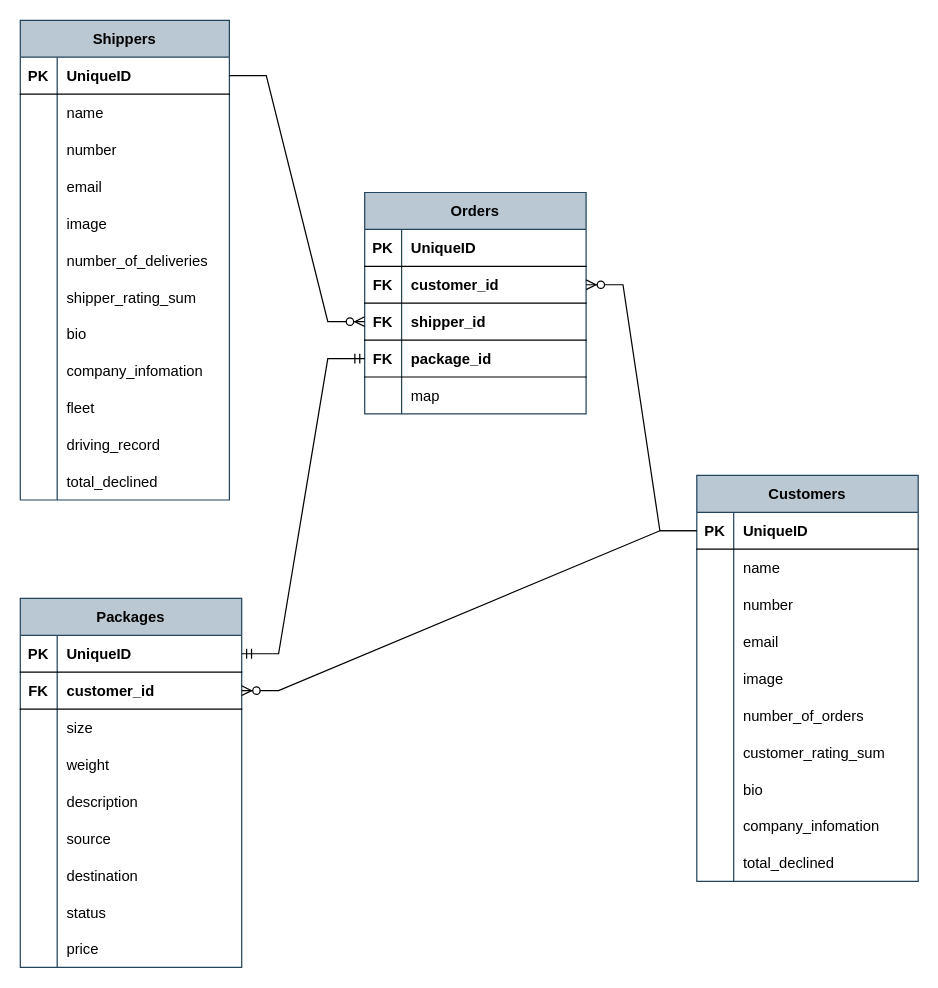
nforne/safe2ship keeps this draw.io diagram as docs/safe2shipERD.drawio. Above is the earlier version. Source tidied: cells renumbered, new cells numbered last; positions are measured from the earlier drawing's top-left corner, leaving out a move shared by most shapes. Both pictures are drawn from the tidied source at 123%, with x=0, y=0 at pixel (20, 20).
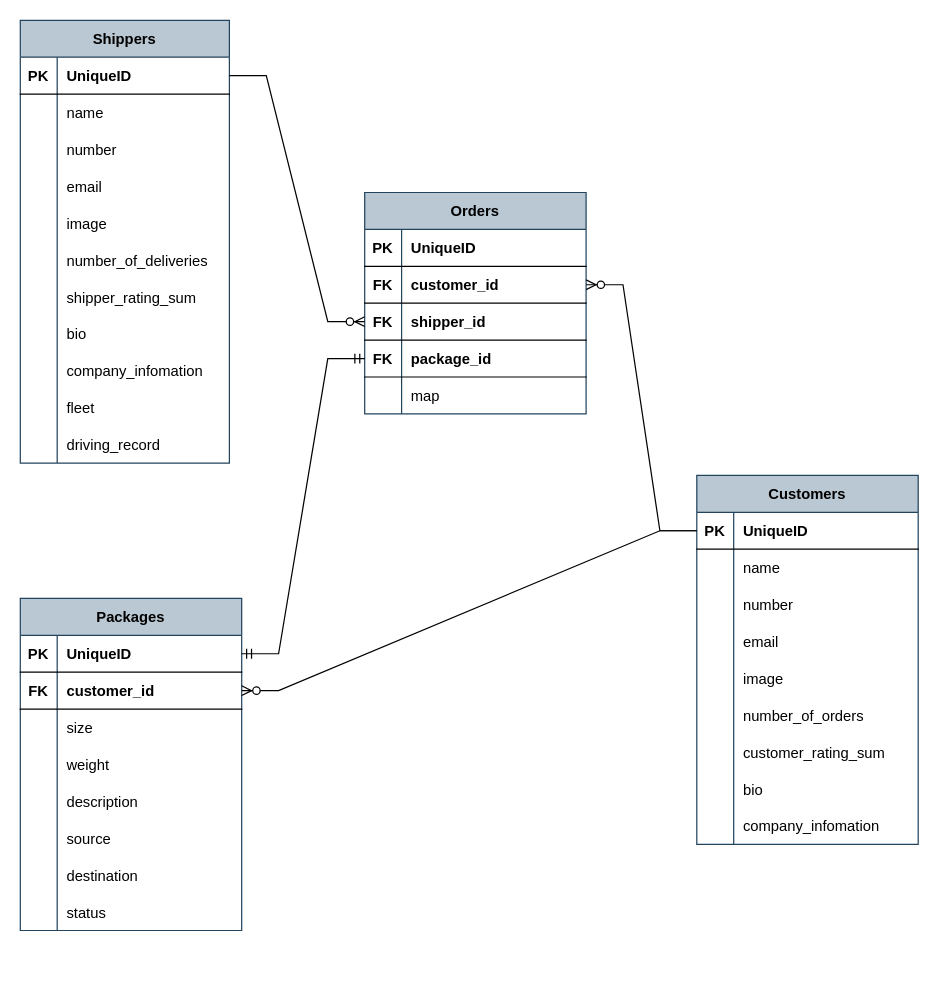
The same diagram, later.

Commit message (it also covers changes not shown here):
updated wireframe Views and ERD with more details

Change to the diagram source:
```diff
@@
     <mxCell id="2" value="Shippers" style="shape=table;startSize=30;childLayout=tableLayout;rowLines=0;fontStyle=1;align=center;fillColor=#bac8d3;strokeColor=#23445d;" parent="1" vertex="1">
-      <mxGeometry width="170" height="390" as="geometry" />
+      <mxGeometry width="170" height="360" as="geometry" />
     </mxCell>
@@
-    <mxCell id="36" style="shape=partialRectangle;fillColor=none;top=0;left=0;bottom=0;right=0;" parent="2" vertex="1">
-      <mxGeometry y="360" width="170" height="30" as="geometry" />
-    </mxCell>
-    <mxCell id="37" style="shape=partialRectangle;fillColor=none;top=0;left=0;bottom=0;right=0;overflow=hidden;" parent="36" vertex="1">
-      <mxGeometry width="30" height="30" as="geometry" />
-    </mxCell>
-    <mxCell id="38" value="total_declined" style="shape=partialRectangle;fillColor=none;top=0;left=0;bottom=0;right=0;align=left;spacingLeft=6;overflow=hidden;" parent="36" vertex="1">
-      <mxGeometry x="30" width="140" height="30" as="geometry" />
-    </mxCell>
     <mxCell id="39" value="Customers" style="shape=table;startSize=30;childLayout=tableLayout;rowLines=0;fontStyle=1;align=center;fillColor=#bac8d3;strokeColor=#23445d;" parent="1" vertex="1">
-      <mxGeometry x="550" y="370" width="180" height="330" as="geometry" />
+      <mxGeometry x="550" y="370" width="180" height="300" as="geometry" />
     </mxCell>
@@
-    <mxCell id="67" style="shape=partialRectangle;fillColor=none;top=0;left=0;bottom=0;right=0;" parent="39" vertex="1">
-      <mxGeometry y="300" width="180" height="30" as="geometry" />
-    </mxCell>
-    <mxCell id="68" style="shape=partialRectangle;fillColor=none;top=0;left=0;bottom=0;right=0;overflow=hidden;" parent="67" vertex="1">
-      <mxGeometry width="30" height="30" as="geometry" />
-    </mxCell>
-    <mxCell id="69" value="total_declined" style="shape=partialRectangle;fillColor=none;top=0;left=0;bottom=0;right=0;align=left;spacingLeft=6;overflow=hidden;" parent="67" vertex="1">
-      <mxGeometry x="30" width="150" height="30" as="geometry" />
-    </mxCell>
     <mxCell id="70" value="Packages" style="shape=table;startSize=30;childLayout=tableLayout;rowLines=0;fontStyle=1;align=center;fillColor=#bac8d3;strokeColor=#23445d;" parent="1" vertex="1">
-      <mxGeometry y="470" width="180" height="300" as="geometry" />
+      <mxGeometry y="470" width="180" height="270" as="geometry" />
     </mxCell>
@@
-    <mxCell id="95" style="shape=partialRectangle;fillColor=none;top=0;left=0;bottom=0;right=0;" parent="70" vertex="1">
-      <mxGeometry y="270" width="180" height="30" as="geometry" />
-    </mxCell>
-    <mxCell id="96" style="shape=partialRectangle;fillColor=none;top=0;left=0;bottom=0;right=0;overflow=hidden;" parent="95" vertex="1">
-      <mxGeometry width="30" height="30" as="geometry" />
-    </mxCell>
-    <mxCell id="97" value="price" style="shape=partialRectangle;fillColor=none;top=0;left=0;bottom=0;right=0;align=left;spacingLeft=6;overflow=hidden;" parent="95" vertex="1">
-      <mxGeometry x="30" width="150" height="30" as="geometry" />
-    </mxCell>
```
